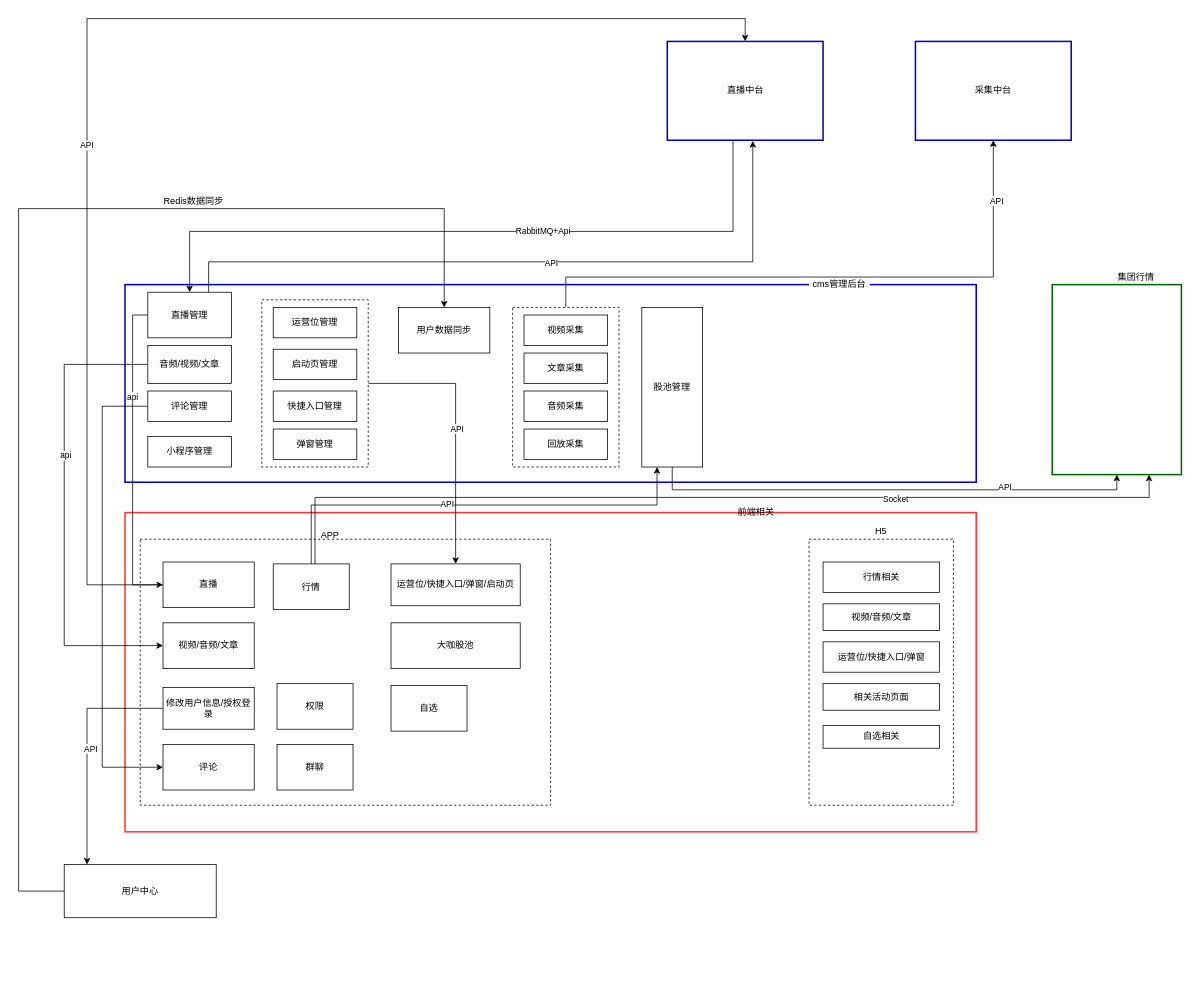
The draw.io diagram Untitled Diagram.drawio in wjh756381193/learn, before the edit. Source tidied: cells renumbered, new cells numbered last; positions are measured from the earlier drawing's top-left corner, leaving out a move shared by most shapes. Both pictures are drawn from the tidied source at 76%, with x=0, y=0 at pixel (18, 18).
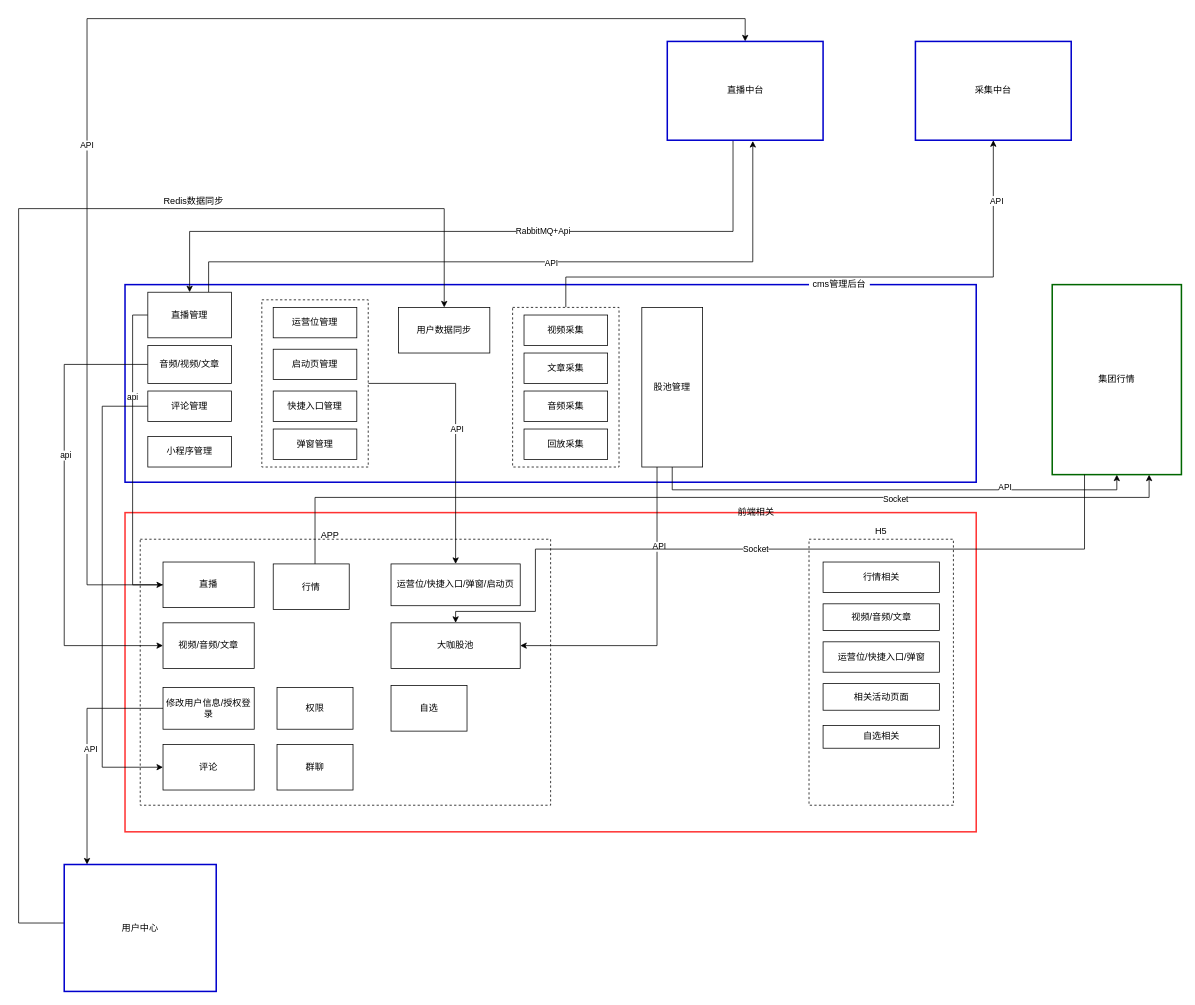
The same diagram, later.

Unchanged cells that the change refers to:
```xml
<mxCell id="17" value="行情" style="rounded=0;whiteSpace=wrap;html=1;" parent="1" vertex="1">
  <mxGeometry x="335" y="717.5" width="100" height="60" as="geometry" />
</mxCell>
<mxCell id="56" value="用户数据同步" style="rounded=0;whiteSpace=wrap;html=1;" parent="1" vertex="1">
  <mxGeometry x="500" y="380" width="120" height="60" as="geometry" />
</mxCell>
<mxCell id="65" value="股池管理" style="rounded=0;whiteSpace=wrap;html=1;strokeWidth=1;fillColor=#ffffff;" parent="1" vertex="1">
  <mxGeometry x="820" y="380" width="80" height="210" as="geometry" />
</mxCell>
<mxCell id="68" value="大咖股池" style="rounded=0;whiteSpace=wrap;html=1;" parent="1" vertex="1">
  <mxGeometry x="490" y="795" width="170" height="60" as="geometry" />
</mxCell>
```

The edit, as a diff of the source:
```diff
@@
     <mxCell id="14" value="权限" style="rounded=0;whiteSpace=wrap;html=1;" parent="1" vertex="1">
-      <mxGeometry x="340" y="875" width="100" height="60" as="geometry" />
+      <mxGeometry x="340" y="880" width="100" height="55" as="geometry" />
     </mxCell>
@@
     <mxCell id="54" style="edgeStyle=orthogonalEdgeStyle;rounded=0;jettySize=auto;html=1;entryX=0.5;entryY=0;entryDx=0;entryDy=0;" parent="1" edge="1" source="55" target="56">
       <mxGeometry relative="1" as="geometry">
         <Array as="points">
-          <mxPoint y="1148" />
+          <mxPoint y="1190" />
           <mxPoint y="250" />
           <mxPoint x="560" y="250" />
         </Array>
       </mxGeometry>
     </mxCell>
-    <mxCell id="55" value="用户中心" style="rounded=0;whiteSpace=wrap;html=1;" parent="1" vertex="1">
-      <mxGeometry x="60" y="1113" width="200" height="70" as="geometry" />
+    <mxCell id="55" value="用户中心" style="rounded=0;whiteSpace=wrap;html=1;strokeWidth=2;strokeColor=#0000CC;" parent="1" vertex="1">
+      <mxGeometry x="60" y="1113" width="200" height="167" as="geometry" />
     </mxCell>
@@
-    <mxCell id="66" style="rounded=0;whiteSpace=wrap;html=1;strokeWidth=2;fillColor=#ffffff;strokeColor=#006600;" parent="1" vertex="1">
+    <mxCell id="66" value="集团行情" style="rounded=0;whiteSpace=wrap;html=1;strokeWidth=2;fillColor=#ffffff;strokeColor=#006600;" parent="1" vertex="1">
       <mxGeometry x="1360" y="350" width="170" height="250" as="geometry" />
     </mxCell>
-    <mxCell id="67" value="集团行情" style="text;html=1;align=center;verticalAlign=middle;strokeColor=none;" parent="1" vertex="1">
-      <mxGeometry x="1440" y="330" width="60" height="20" as="geometry" />
-    </mxCell>
+    <mxCell id="71" style="edgeStyle=orthogonalEdgeStyle;rounded=0;jettySize=auto;html=1;exitX=0.25;exitY=1;exitDx=0;exitDy=0;entryX=1;entryY=0.5;entryDx=0;entryDy=0;" parent="1" edge="1" source="65" target="68">
+      <mxGeometry relative="1" as="geometry" />
+    </mxCell>
+    <mxCell id="70" value="API" style="edgeLabel;html=1;align=center;verticalAlign=middle;" parent="71" vertex="1">
+      <mxGeometry x="-0.5" y="2" relative="1" as="geometry" />
+    </mxCell>
+    <mxCell id="72" style="edgeStyle=orthogonalEdgeStyle;rounded=0;jettySize=auto;html=1;exitX=0.25;exitY=1;exitDx=0;exitDy=0;entryX=0.5;entryY=0;entryDx=0;entryDy=0;" parent="1" edge="1" source="66" target="68">
+      <mxGeometry relative="1" as="geometry">
+        <Array as="points">
+          <mxPoint x="1403" y="698" />
+          <mxPoint x="680" y="698" />
+          <mxPoint x="680" y="780" />
+          <mxPoint x="575" y="780" />
+        </Array>
+      </mxGeometry>
+    </mxCell>
+    <mxCell id="73" value="Socket" style="edgeLabel;html=1;align=center;verticalAlign=middle;" parent="72" vertex="1">
+      <mxGeometry x="0.04" y="-1" relative="1" as="geometry">
+        <mxPoint x="1" as="offset" />
+      </mxGeometry>
+    </mxCell>
@@
-    <mxCell id="69" style="edgeStyle=orthogonalEdgeStyle;rounded=0;jettySize=auto;html=1;entryX=0.25;entryY=1;entryDx=0;entryDy=0;" parent="1" edge="1" source="17" target="65">
-      <mxGeometry relative="1" as="geometry">
-        <Array as="points">
-          <mxPoint x="385" y="640" />
-          <mxPoint x="840" y="640" />
-        </Array>
-      </mxGeometry>
-    </mxCell>
-    <mxCell id="70" value="API" style="edgeLabel;html=1;align=center;verticalAlign=middle;" parent="69" vertex="1">
-      <mxGeometry x="-0.12" y="2" relative="1" as="geometry" />
-    </mxCell>
```
